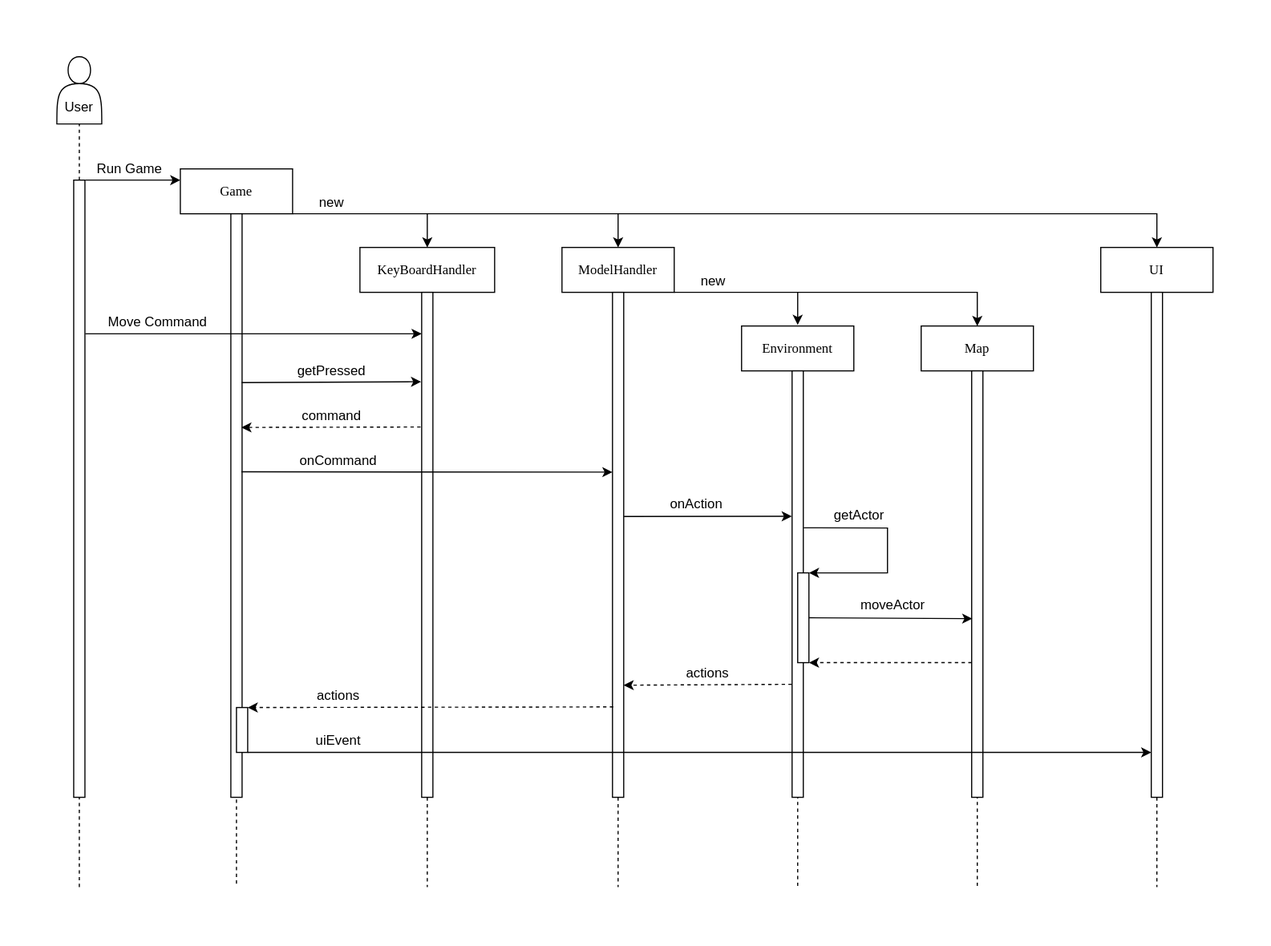
vladnosiv/RogueLike-SD keeps this draw.io diagram as RogueLikeДиаграммаПоследовательностей.svg. Above is the earlier version. Source tidied: cells renumbered, new cells last; positions are measured from the earlier drawing's top-left corner, leaving out a move shared by most shapes.
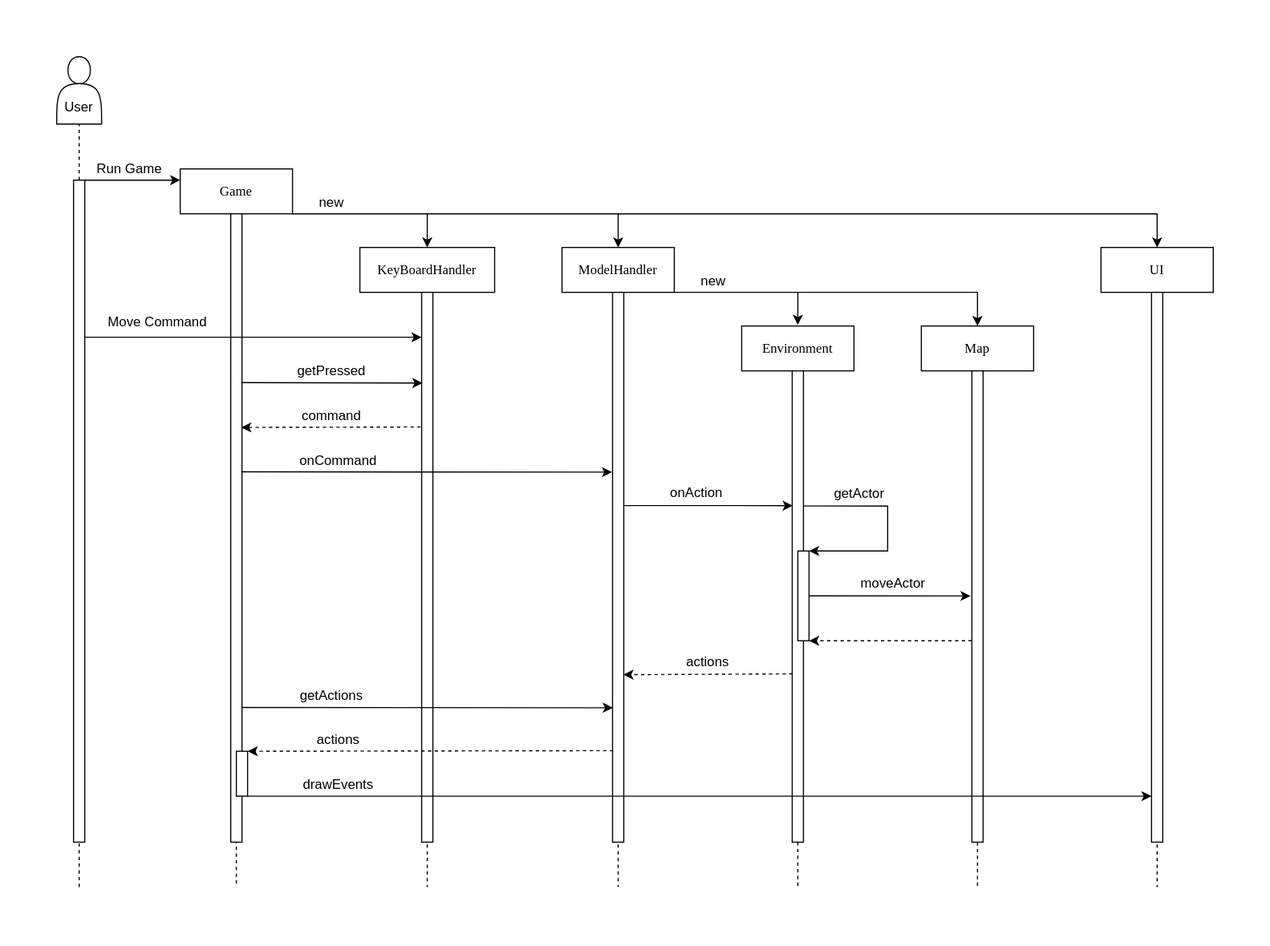
After the change.

Commit message:
Updated sequence diagram

What changed in the source:
```diff
@@ -6,36 +6,37 @@
       <mxGeometry x="450" y="170" width="100" height="570" as="geometry" />
     </mxCell>
     <mxCell id="3" style="html=1;points=[];perimeter=orthogonalPerimeter;rounded=0;shadow=0;comic=0;labelBackgroundColor=none;strokeWidth=1;fontFamily=Verdana;fontSize=12;align=center;" parent="2" vertex="1">
-      <mxGeometry x="45" y="40" width="10" height="450" as="geometry" />
+      <mxGeometry x="45" y="40" width="10" height="490" as="geometry" />
     </mxCell>
     <mxCell id="4" value="Environment" style="shape=umlLifeline;perimeter=lifelinePerimeter;whiteSpace=wrap;html=1;rounded=0;shadow=0;comic=0;labelBackgroundColor=none;strokeWidth=1;fontFamily=Verdana;fontSize=12;align=center;" parent="1" vertex="1">
       <mxGeometry x="610" y="240" width="100" height="500" as="geometry" />
     </mxCell>
     <mxCell id="5" style="html=1;points=[];perimeter=orthogonalPerimeter;rounded=0;shadow=0;comic=0;labelBackgroundColor=none;strokeWidth=1;fontFamily=Verdana;fontSize=12;align=center;" parent="4" vertex="1">
-      <mxGeometry x="45" y="40" width="10" height="380" as="geometry" />
+      <mxGeometry x="45" y="40" width="10" height="420" as="geometry" />
     </mxCell>
-    <mxCell id="6" style="endArrow=classic;html=1;rounded=0;exitX=1.038;exitY=0.368;exitDx=0;exitDy=0;exitPerimeter=0;entryX=1;entryY=0;entryDx=0;entryDy=0;" parent="4" edge="1" source="5" target="7">
+    <mxCell id="6" style="endArrow=classic;html=1;rounded=0;exitX=1;exitY=0.333;exitDx=0;exitDy=0;exitPerimeter=0;entryX=1;entryY=0;entryDx=0;entryDy=0;" parent="4" edge="1" target="7">
       <mxGeometry relative="1" as="geometry">
+        <mxPoint x="55" y="160.4" as="sourcePoint" />
         <Array as="points">
-          <mxPoint x="130" y="180" />
-          <mxPoint x="130" y="220" />
+          <mxPoint x="130" y="160.5" />
+          <mxPoint x="130" y="200.5" />
         </Array>
       </mxGeometry>
     </mxCell>
     <mxCell id="7" style="rounded=0;whiteSpace=wrap;html=1;" parent="4" vertex="1">
-      <mxGeometry x="50" y="220" width="10" height="80" as="geometry" />
+      <mxGeometry x="50" y="200.5" width="10" height="80" as="geometry" />
     </mxCell>
     <mxCell id="8" value="Map" style="shape=umlLifeline;perimeter=lifelinePerimeter;whiteSpace=wrap;html=1;rounded=0;shadow=0;comic=0;labelBackgroundColor=none;strokeWidth=1;fontFamily=Verdana;fontSize=12;align=center;" parent="1" vertex="1">
       <mxGeometry x="770" y="240" width="100" height="500" as="geometry" />
     </mxCell>
     <mxCell id="9" style="html=1;points=[];perimeter=orthogonalPerimeter;rounded=0;shadow=0;comic=0;labelBackgroundColor=none;strokeWidth=1;fontFamily=Verdana;fontSize=12;align=center;" parent="8" vertex="1">
-      <mxGeometry x="45" y="40" width="10" height="380" as="geometry" />
+      <mxGeometry x="45" y="40" width="10" height="420" as="geometry" />
     </mxCell>
     <mxCell id="10" value="KeyBoardHandler" style="shape=umlLifeline;perimeter=lifelinePerimeter;whiteSpace=wrap;html=1;rounded=0;shadow=0;comic=0;labelBackgroundColor=none;strokeWidth=1;fontFamily=Verdana;fontSize=12;align=center;" parent="1" vertex="1">
       <mxGeometry x="270" y="170" width="120" height="570" as="geometry" />
     </mxCell>
     <mxCell id="11" style="html=1;points=[];perimeter=orthogonalPerimeter;rounded=0;shadow=0;comic=0;labelBackgroundColor=none;strokeWidth=1;fontFamily=Verdana;fontSize=12;align=center;" parent="10" vertex="1">
-      <mxGeometry x="55" y="40" width="10" height="450" as="geometry" />
+      <mxGeometry x="55" y="40" width="10" height="490" as="geometry" />
     </mxCell>
     <mxCell id="12" value="&lt;br&gt;&lt;br&gt;User" style="shape=actor;whiteSpace=wrap;html=1;" parent="1" vertex="1">
       <mxGeometry width="40" height="60" as="geometry" />
@@ -44,7 +45,7 @@
       <mxGeometry relative="1" as="geometry" />
     </mxCell>
     <mxCell id="14" style="html=1;points=[];perimeter=orthogonalPerimeter;rounded=0;shadow=0;comic=0;labelBackgroundColor=none;strokeWidth=1;fontFamily=Verdana;fontSize=12;align=center;" parent="1" vertex="1">
-      <mxGeometry x="15" y="110" width="10" height="550" as="geometry" />
+      <mxGeometry x="15" y="110" width="10" height="590" as="geometry" />
     </mxCell>
     <mxCell id="15" style="endArrow=none;dashed=1;html=1;strokeWidth=1;rounded=0;entryX=0.5;entryY=1;entryDx=0;entryDy=0;strokeColor=default;" parent="1" edge="1" target="14">
       <mxGeometry relative="1" as="geometry">
@@ -55,28 +56,38 @@
       <mxGeometry x="110" y="100" width="100" height="640" as="geometry" />
     </mxCell>
     <mxCell id="17" style="html=1;perimeter=orthogonalPerimeter;rounded=0;shadow=0;comic=0;labelBackgroundColor=none;strokeWidth=1;fontFamily=Verdana;fontSize=12;align=center;" parent="16" vertex="1">
-      <mxGeometry x="45" y="40" width="10" height="520" as="geometry" />
+      <mxGeometry x="45" y="40" width="10" height="560" as="geometry" />
     </mxCell>
     <mxCell id="18" style="rounded=0;whiteSpace=wrap;html=1;" parent="16" vertex="1">
-      <mxGeometry x="50" y="480" width="10" height="40" as="geometry" />
+      <mxGeometry x="50" y="519" width="10" height="40" as="geometry" />
     </mxCell>
     <mxCell id="19" style="endArrow=classic;html=1;rounded=0;" parent="16" edge="1">
       <mxGeometry relative="1" as="geometry">
-        <mxPoint x="60" y="520" as="sourcePoint" />
-        <mxPoint x="865" y="520" as="targetPoint" />
+        <mxPoint x="60" y="559" as="sourcePoint" />
+        <mxPoint x="865" y="559" as="targetPoint" />
       </mxGeometry>
     </mxCell>
+    <mxCell id="51" style="endArrow=classic;html=1;rounded=0;exitX=0.929;exitY=0.465;exitDx=0;exitDy=0;exitPerimeter=0;entryX=-0.038;entryY=0.327;entryDx=0;entryDy=0;entryPerimeter=0;" parent="16" edge="1">
+      <mxGeometry relative="1" as="geometry">
+        <mxPoint x="55" y="480" as="sourcePoint" />
+        <mxPoint x="385.3" y="480.2" as="targetPoint" />
+      </mxGeometry>
+    </mxCell>
     <mxCell id="20" value="UI" style="shape=umlLifeline;perimeter=lifelinePerimeter;whiteSpace=wrap;html=1;rounded=0;shadow=0;comic=0;labelBackgroundColor=none;strokeWidth=1;fontFamily=Verdana;fontSize=12;align=center;" parent="1" vertex="1">
       <mxGeometry x="930" y="170" width="100" height="570" as="geometry" />
     </mxCell>
     <mxCell id="21" style="html=1;perimeter=orthogonalPerimeter;rounded=0;shadow=0;comic=0;labelBackgroundColor=none;strokeWidth=1;fontFamily=Verdana;fontSize=12;align=center;" parent="20" vertex="1">
-      <mxGeometry x="45" y="40" width="10" height="450" as="geometry" />
+      <mxGeometry x="45" y="40" width="10" height="490" as="geometry" />
     </mxCell>
     <mxCell id="22" style="endArrow=classic;html=1;rounded=0;exitX=1.024;exitY=0;exitDx=0;exitDy=0;exitPerimeter=0;entryX=1;entryY=1;entryDx=0;entryDy=0;" parent="1" edge="1" source="14" target="24">
       <mxGeometry relative="1" as="geometry" />
     </mxCell>
-    <mxCell id="23" style="endArrow=classic;html=1;rounded=0;exitX=1.035;exitY=0.249;exitDx=0;exitDy=0;exitPerimeter=0;" parent="1" edge="1" source="14" target="11">
-      <mxGeometry relative="1" as="geometry" />
+    <mxCell id="23" style="endArrow=classic;html=1;rounded=0;" parent="1" edge="1" source="14" target="11">
+      <mxGeometry relative="1" as="geometry">
+        <Array as="points">
+          <mxPoint x="90" y="250" />
+        </Array>
+      </mxGeometry>
     </mxCell>
     <mxCell id="24" value="Run Game" style="text;html=1;strokeColor=none;fillColor=none;align=center;verticalAlign=middle;whiteSpace=wrap;rounded=0;" parent="1" vertex="1">
       <mxGeometry x="20" y="90" width="90" height="20" as="geometry" />
@@ -96,7 +107,7 @@
     <mxCell id="27" value="Move Command" style="text;html=1;strokeColor=none;fillColor=none;align=center;verticalAlign=middle;whiteSpace=wrap;rounded=0;fontStyle=0;" parent="1" vertex="1">
       <mxGeometry x="40" y="227" width="100" height="20" as="geometry" />
     </mxCell>
-    <mxCell id="28" style="endArrow=classic;html=1;rounded=0;exitX=0.94;exitY=0.28;exitDx=0;exitDy=0;exitPerimeter=0;entryX=-0.049;entryY=0.177;entryDx=0;entryDy=0;entryPerimeter=0;" parent="1" edge="1" target="11">
+    <mxCell id="28" style="endArrow=classic;html=1;rounded=0;exitX=0.94;exitY=0.28;exitDx=0;exitDy=0;exitPerimeter=0;entryX=0.073;entryY=0.165;entryDx=0;entryDy=0;entryPerimeter=0;" parent="1" edge="1" target="11">
       <mxGeometry relative="1" as="geometry">
         <mxPoint x="164.4" y="290.4" as="sourcePoint" />
       </mxGeometry>
@@ -113,7 +124,7 @@
     <mxCell id="31" value="command" style="text;html=1;strokeColor=none;fillColor=none;align=center;verticalAlign=middle;whiteSpace=wrap;rounded=0;fontStyle=0;" parent="1" vertex="1">
       <mxGeometry x="200" y="310" width="90" height="20" as="geometry" />
     </mxCell>
-    <mxCell id="32" style="endArrow=classic;html=1;rounded=0;exitX=0.929;exitY=0.465;exitDx=0;exitDy=0;exitPerimeter=0;entryX=0;entryY=0.356;entryDx=0;entryDy=0;entryPerimeter=0;" parent="1" edge="1" target="3">
+    <mxCell id="32" style="endArrow=classic;html=1;rounded=0;exitX=0.929;exitY=0.465;exitDx=0;exitDy=0;exitPerimeter=0;entryX=-0.038;entryY=0.327;entryDx=0;entryDy=0;entryPerimeter=0;" parent="1" edge="1" target="3">
       <mxGeometry relative="1" as="geometry">
         <mxPoint x="164.3" y="370" as="sourcePoint" />
       </mxGeometry>
@@ -121,14 +132,18 @@
     <mxCell id="33" value="onCommand" style="text;html=1;strokeColor=none;fillColor=none;align=center;verticalAlign=middle;whiteSpace=wrap;rounded=0;fontStyle=0;" parent="1" vertex="1">
       <mxGeometry x="205.6" y="350" width="90" height="20" as="geometry" />
     </mxCell>
-    <mxCell id="34" style="endArrow=classic;html=1;rounded=0;entryX=-0.029;entryY=0.341;entryDx=0;entryDy=0;entryPerimeter=0;exitX=1.022;exitY=0.444;exitDx=0;exitDy=0;exitPerimeter=0;" parent="1" edge="1" source="3" target="5">
-      <mxGeometry relative="1" as="geometry" />
+    <mxCell id="34" style="endArrow=classic;html=1;rounded=0;entryX=0.045;entryY=0.286;entryDx=0;entryDy=0;entryPerimeter=0;" parent="1" edge="1" source="3" target="5">
+      <mxGeometry relative="1" as="geometry">
+        <Array as="points">
+          <mxPoint x="610" y="400" />
+        </Array>
+      </mxGeometry>
     </mxCell>
     <mxCell id="35" value="onAction" style="text;html=1;strokeColor=none;fillColor=none;align=center;verticalAlign=middle;whiteSpace=wrap;rounded=0;fontStyle=0;" parent="1" vertex="1">
-      <mxGeometry x="525" y="389.5" width="90" height="20" as="geometry" />
+      <mxGeometry x="525" y="379.5" width="90" height="20" as="geometry" />
     </mxCell>
     <mxCell id="36" value="getActor" style="text;html=1;strokeColor=none;fillColor=none;align=center;verticalAlign=middle;whiteSpace=wrap;rounded=0;fontStyle=0;" parent="1" vertex="1">
-      <mxGeometry x="670" y="399.5" width="90" height="20" as="geometry" />
+      <mxGeometry x="670" y="380" width="90" height="20" as="geometry" />
     </mxCell>
     <mxCell id="37" style="endArrow=classic;html=1;rounded=0;" parent="1" edge="1">
       <mxGeometry relative="1" as="geometry">
@@ -152,10 +167,12 @@
       </mxGeometry>
     </mxCell>
     <mxCell id="40" value="moveActor" style="text;html=1;strokeColor=none;fillColor=none;align=center;verticalAlign=middle;whiteSpace=wrap;rounded=0;fontStyle=0;" parent="1" vertex="1">
-      <mxGeometry x="710" y="479.5" width="70" height="20" as="geometry" />
+      <mxGeometry x="710" y="460" width="70" height="20" as="geometry" />
     </mxCell>
-    <mxCell id="41" style="endArrow=classic;html=1;rounded=0;exitX=1;exitY=0.5;exitDx=0;exitDy=0;entryX=0.057;entryY=0.581;entryDx=0;entryDy=0;entryPerimeter=0;" parent="1" edge="1" source="7" target="9">
-      <mxGeometry relative="1" as="geometry" />
+    <mxCell id="41" style="endArrow=classic;html=1;rounded=0;exitX=1;exitY=0.5;exitDx=0;exitDy=0;entryX=-0.114;entryY=0.524;entryDx=0;entryDy=0;entryPerimeter=0;" parent="1" edge="1" source="7">
+      <mxGeometry relative="1" as="geometry">
+        <mxPoint x="813.9" y="480.6" as="targetPoint" />
+      </mxGeometry>
     </mxCell>
     <mxCell id="42" style="edgeStyle=orthogonalEdgeStyle;rounded=0;orthogonalLoop=1;jettySize=auto;html=1;exitX=0.5;exitY=1;exitDx=0;exitDy=0;dashed=1;" parent="1" edge="1" source="40" target="40">
       <mxGeometry relative="1" as="geometry" />
@@ -178,23 +195,33 @@
         </Array>
       </mxGeometry>
     </mxCell>
-    <mxCell id="45" style="endArrow=classic;html=1;rounded=0;dashed=1;entryX=0.988;entryY=0.778;entryDx=0;entryDy=0;entryPerimeter=0;exitX=-0.03;exitY=0.735;exitDx=0;exitDy=0;exitPerimeter=0;" parent="1" edge="1" source="5" target="3">
-      <mxGeometry relative="1" as="geometry" />
+    <mxCell id="45" style="endArrow=classic;html=1;rounded=0;dashed=1;exitX=0.067;exitY=0.675;exitDx=0;exitDy=0;exitPerimeter=0;entryX=1;entryY=0.723;entryDx=0;entryDy=0;entryPerimeter=0;" parent="1" edge="1">
+      <mxGeometry relative="1" as="geometry">
+        <mxPoint x="655.3" y="550" as="sourcePoint" />
+        <mxPoint x="504.7" y="550.8" as="targetPoint" />
+      </mxGeometry>
     </mxCell>
     <mxCell id="46" value="actions" style="text;html=1;strokeColor=none;fillColor=none;align=center;verticalAlign=middle;whiteSpace=wrap;rounded=0;fontStyle=0;" parent="1" vertex="1">
-      <mxGeometry x="535" y="540" width="90" height="20" as="geometry" />
+      <mxGeometry x="535" y="530" width="90" height="20" as="geometry" />
     </mxCell>
-    <mxCell id="47" style="endArrow=classic;html=1;rounded=0;dashed=1;exitX=0.061;exitY=0.821;exitDx=0;exitDy=0;exitPerimeter=0;entryX=1;entryY=0;entryDx=0;entryDy=0;" parent="1" edge="1" source="3" target="18">
-      <mxGeometry relative="1" as="geometry" />
+    <mxCell id="47" style="endArrow=classic;html=1;rounded=0;dashed=1;exitX=0.061;exitY=0.821;exitDx=0;exitDy=0;exitPerimeter=0;entryX=1;entryY=0;entryDx=0;entryDy=0;" parent="1" edge="1" target="18">
+      <mxGeometry relative="1" as="geometry">
+        <mxPoint x="495.6" y="618.5" as="sourcePoint" />
+      </mxGeometry>
     </mxCell>
     <mxCell id="48" value="actions" style="text;html=1;strokeColor=none;fillColor=none;align=center;verticalAlign=middle;whiteSpace=wrap;rounded=0;fontStyle=0;" parent="1" vertex="1">
-      <mxGeometry x="205.6" y="560" width="90" height="20" as="geometry" />
+      <mxGeometry x="205.6" y="599" width="90" height="20" as="geometry" />
     </mxCell>
-    <mxCell id="49" value="uiEvent" style="text;html=1;strokeColor=none;fillColor=none;align=center;verticalAlign=middle;whiteSpace=wrap;rounded=0;fontStyle=0;" parent="1" vertex="1">
-      <mxGeometry x="205.6" y="600" width="90" height="20" as="geometry" />
+    <mxCell id="49" value="drawEvents" style="text;html=1;strokeColor=none;fillColor=none;align=center;verticalAlign=middle;whiteSpace=wrap;rounded=0;fontStyle=0;" parent="1" vertex="1">
+      <mxGeometry x="205.6" y="639" width="90" height="20" as="geometry" />
     </mxCell>
-    <mxCell id="50" style="endArrow=classic;html=1;rounded=0;entryX=1;entryY=1;entryDx=0;entryDy=0;dashed=1;" parent="1" edge="1" source="9" target="7">
-      <mxGeometry relative="1" as="geometry" />
+    <mxCell id="50" style="endArrow=classic;html=1;rounded=0;entryX=1;entryY=1;entryDx=0;entryDy=0;dashed=1;" parent="1" edge="1" target="7">
+      <mxGeometry relative="1" as="geometry">
+        <mxPoint x="815" y="520.5" as="sourcePoint" />
+      </mxGeometry>
     </mxCell>
+    <mxCell id="52" value="getActions" style="text;html=1;strokeColor=none;fillColor=none;align=center;verticalAlign=middle;whiteSpace=wrap;rounded=0;fontStyle=0;" parent="1" vertex="1">
+      <mxGeometry x="200" y="560" width="90" height="20" as="geometry" />
+    </mxCell>
   </root>
 </mxGraphModel>
```
